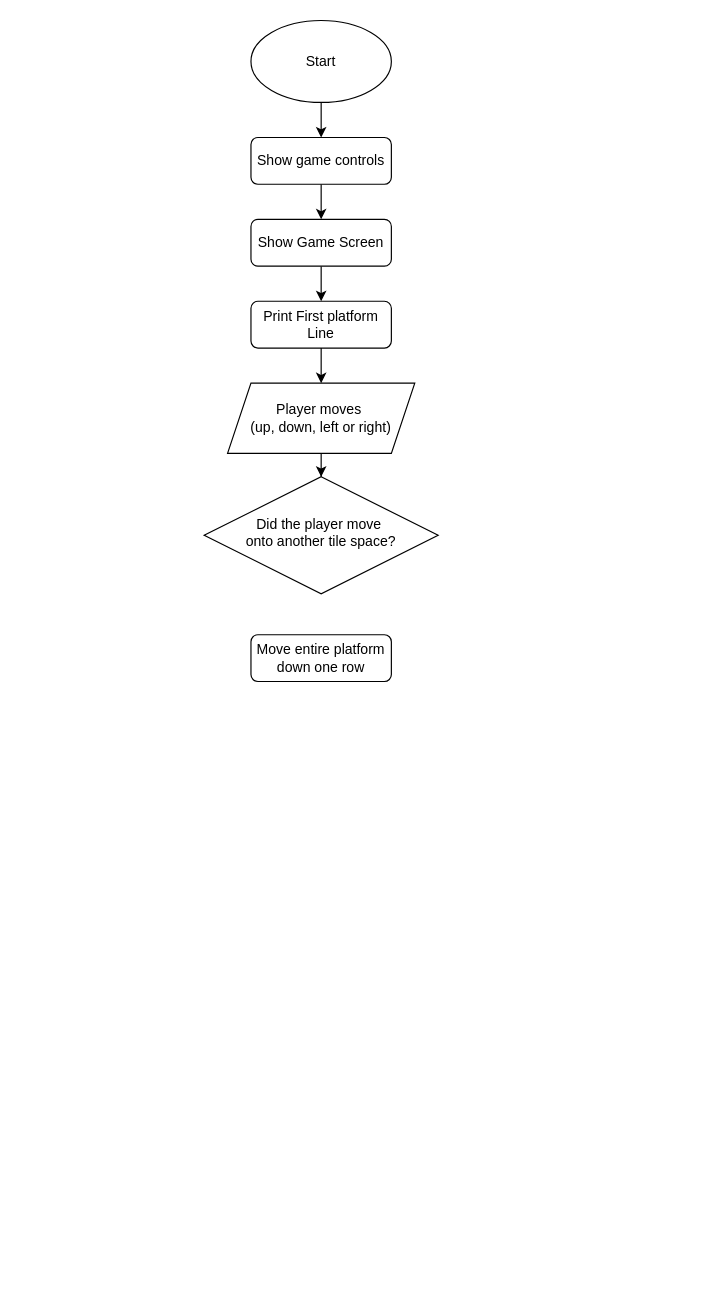
Before: Game Flowchart.drawio in Kaladania/RockPaperUno, a draw.io diagram. Source tidied: cells renumbered, new cells numbered last; positions are measured from the earlier drawing's top-left corner, leaving out a move shared by most shapes. Both pictures are drawn from the tidied source at 117%, with x=0, y=0 at pixel (204, 20).
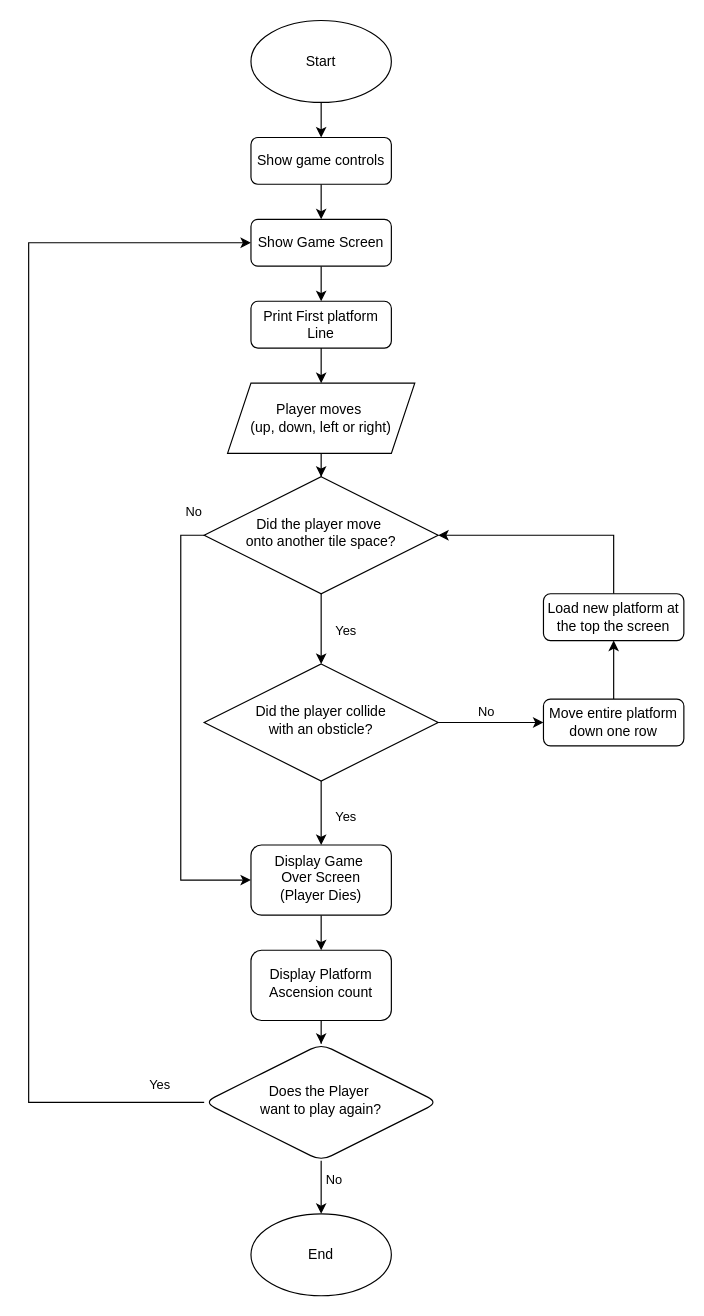
The same page after the edit.

Commit message:
Finished Flow Chart

The change refers to these unchanged cells:
```xml
<mxCell id="4" value="&lt;div&gt;Did the player move&amp;nbsp;&lt;/div&gt;&lt;div&gt;onto another tile space?&lt;/div&gt;" style="rhombus;whiteSpace=wrap;html=1;shadow=0;fontFamily=Helvetica;fontSize=12;align=center;strokeWidth=1;spacing=6;spacingTop=-4;" parent="1" vertex="1">
  <mxGeometry y="390" width="200" height="100" as="geometry" />
</mxCell>
<mxCell id="8" value="Show Game Screen" style="rounded=1;whiteSpace=wrap;html=1;fontSize=12;glass=0;strokeWidth=1;shadow=0;" parent="1" vertex="1">
  <mxGeometry x="40" y="170" width="120" height="40" as="geometry" />
</mxCell>
```

Diff of the diagram source:
```diff
@@
+    <mxCell id="14" style="edgeStyle=orthogonalEdgeStyle;rounded=0;jettySize=auto;html=1;entryX=0.5;entryY=0;entryDx=0;entryDy=0;" parent="1" edge="1" source="4" target="24">
+      <mxGeometry relative="1" as="geometry" />
+    </mxCell>
+    <mxCell id="15" value="Yes" style="edgeLabel;html=1;align=center;verticalAlign=middle;" parent="14" vertex="1">
+      <mxGeometry x="-0.51" relative="1" as="geometry">
+        <mxPoint x="20" y="16" as="offset" />
+      </mxGeometry>
+    </mxCell>
+    <mxCell id="16" style="edgeStyle=orthogonalEdgeStyle;rounded=0;jettySize=auto;html=1;exitX=0;exitY=0.5;exitDx=0;exitDy=0;entryX=0;entryY=0.5;entryDx=0;entryDy=0;" parent="1" edge="1" source="4" target="27">
+      <mxGeometry relative="1" as="geometry" />
+    </mxCell>
+    <mxCell id="17" value="No" style="edgeLabel;html=1;align=center;verticalAlign=middle;" parent="16" vertex="1">
+      <mxGeometry x="0.08" y="-2" relative="1" as="geometry">
+        <mxPoint x="12" y="-203" as="offset" />
+      </mxGeometry>
+    </mxCell>
@@
+    <mxCell id="18" style="edgeStyle=orthogonalEdgeStyle;rounded=0;jettySize=auto;html=1;exitX=0.5;exitY=0;exitDx=0;exitDy=0;entryX=1;entryY=0.5;entryDx=0;entryDy=0;" parent="1" edge="1" source="19" target="4">
+      <mxGeometry relative="1" as="geometry" />
+    </mxCell>
+    <mxCell id="19" value="Load new platform at the top the screen" style="rounded=1;whiteSpace=wrap;html=1;fontSize=12;glass=0;strokeWidth=1;shadow=0;" parent="1" vertex="1">
+      <mxGeometry x="290" y="490" width="120" height="40" as="geometry" />
+    </mxCell>
+    <mxCell id="20" style="edgeStyle=orthogonalEdgeStyle;rounded=0;jettySize=auto;html=1;" parent="1" edge="1" source="24" target="13">
+      <mxGeometry relative="1" as="geometry" />
+    </mxCell>
+    <mxCell id="21" value="No" style="edgeLabel;html=1;align=center;verticalAlign=middle;" parent="20" vertex="1">
+      <mxGeometry x="-0.33" y="-1" relative="1" as="geometry">
+        <mxPoint x="10" y="-11" as="offset" />
+      </mxGeometry>
+    </mxCell>
+    <mxCell id="22" style="edgeStyle=orthogonalEdgeStyle;rounded=0;jettySize=auto;html=1;" parent="1" edge="1" source="24" target="27">
+      <mxGeometry relative="1" as="geometry" />
+    </mxCell>
+    <mxCell id="23" value="Yes" style="edgeLabel;html=1;align=center;verticalAlign=middle;" parent="22" vertex="1">
+      <mxGeometry x="0.39" y="6" relative="1" as="geometry">
+        <mxPoint x="14" y="-8" as="offset" />
+      </mxGeometry>
+    </mxCell>
+    <mxCell id="24" value="&lt;div&gt;Did the player collide&lt;/div&gt;&lt;div&gt;with an obsticle?&lt;br&gt;&lt;/div&gt;" style="rhombus;whiteSpace=wrap;html=1;shadow=0;fontFamily=Helvetica;fontSize=12;align=center;strokeWidth=1;spacing=6;spacingTop=-4;" parent="1" vertex="1">
+      <mxGeometry y="550" width="200" height="100" as="geometry" />
+    </mxCell>
+    <mxCell id="25" style="edgeStyle=orthogonalEdgeStyle;rounded=0;jettySize=auto;html=1;" parent="1" edge="1" source="13" target="19">
+      <mxGeometry relative="1" as="geometry" />
+    </mxCell>
     <mxCell id="13" value="Move entire platform down one row" style="rounded=1;whiteSpace=wrap;html=1;fontSize=12;glass=0;strokeWidth=1;shadow=0;" parent="1" vertex="1">
-      <mxGeometry x="40" y="525" width="120" height="40" as="geometry" />
+      <mxGeometry x="290" y="580" width="120" height="40" as="geometry" />
     </mxCell>
+    <mxCell id="26" style="edgeStyle=orthogonalEdgeStyle;rounded=0;jettySize=auto;html=1;" parent="1" edge="1" source="27" target="29">
+      <mxGeometry relative="1" as="geometry" />
+    </mxCell>
+    <mxCell id="27" value="&lt;div&gt;Display Game&amp;nbsp;&lt;/div&gt;&lt;div&gt;Over Screen&lt;/div&gt;&lt;div&gt;(Player Dies)&lt;/div&gt;" style="rounded=1;whiteSpace=wrap;html=1;shadow=0;strokeWidth=1;spacing=6;spacingTop=-4;" parent="1" vertex="1">
+      <mxGeometry x="40" y="704.7" width="120" height="60" as="geometry" />
+    </mxCell>
+    <mxCell id="28" style="edgeStyle=orthogonalEdgeStyle;rounded=0;jettySize=auto;html=1;" parent="1" edge="1" source="29" target="34">
+      <mxGeometry relative="1" as="geometry" />
+    </mxCell>
+    <mxCell id="29" value="Display Platform Ascension count" style="whiteSpace=wrap;html=1;rounded=1;shadow=0;strokeWidth=1;spacing=6;spacingTop=-4;" parent="1" vertex="1">
+      <mxGeometry x="40" y="794.7" width="120" height="60" as="geometry" />
+    </mxCell>
+    <mxCell id="30" style="edgeStyle=orthogonalEdgeStyle;rounded=0;jettySize=auto;html=1;" parent="1" edge="1" source="34" target="35">
+      <mxGeometry relative="1" as="geometry" />
+    </mxCell>
+    <mxCell id="31" value="No" style="edgeLabel;html=1;align=center;verticalAlign=middle;" parent="30" vertex="1">
+      <mxGeometry x="-0.35" y="-2" relative="1" as="geometry">
+        <mxPoint x="12" y="1" as="offset" />
+      </mxGeometry>
+    </mxCell>
+    <mxCell id="32" style="edgeStyle=orthogonalEdgeStyle;rounded=0;jettySize=auto;html=1;entryX=0;entryY=0.5;entryDx=0;entryDy=0;" parent="1" edge="1" source="34" target="8">
+      <mxGeometry relative="1" as="geometry">
+        <Array as="points">
+          <mxPoint x="-150" y="925" />
+          <mxPoint x="-150" y="190" />
+        </Array>
+      </mxGeometry>
+    </mxCell>
+    <mxCell id="33" value="Yes" style="edgeLabel;html=1;align=center;verticalAlign=middle;" parent="32" vertex="1">
+      <mxGeometry x="-0.93" y="10" relative="1" as="geometry">
+        <mxPoint x="-1" y="-25" as="offset" />
+      </mxGeometry>
+    </mxCell>
+    <mxCell id="34" value="&lt;div&gt;Does the Player&amp;nbsp;&lt;/div&gt;&lt;div&gt;want to play again?&lt;/div&gt;" style="rhombus;whiteSpace=wrap;html=1;rounded=1;shadow=0;strokeWidth=1;spacing=6;spacingTop=-4;" parent="1" vertex="1">
+      <mxGeometry y="874.7" width="200" height="100" as="geometry" />
+    </mxCell>
+    <mxCell id="35" value="End" style="ellipse;whiteSpace=wrap;html=1;" parent="1" vertex="1">
+      <mxGeometry x="40" y="1020" width="120" height="70" as="geometry" />
+    </mxCell>
```
